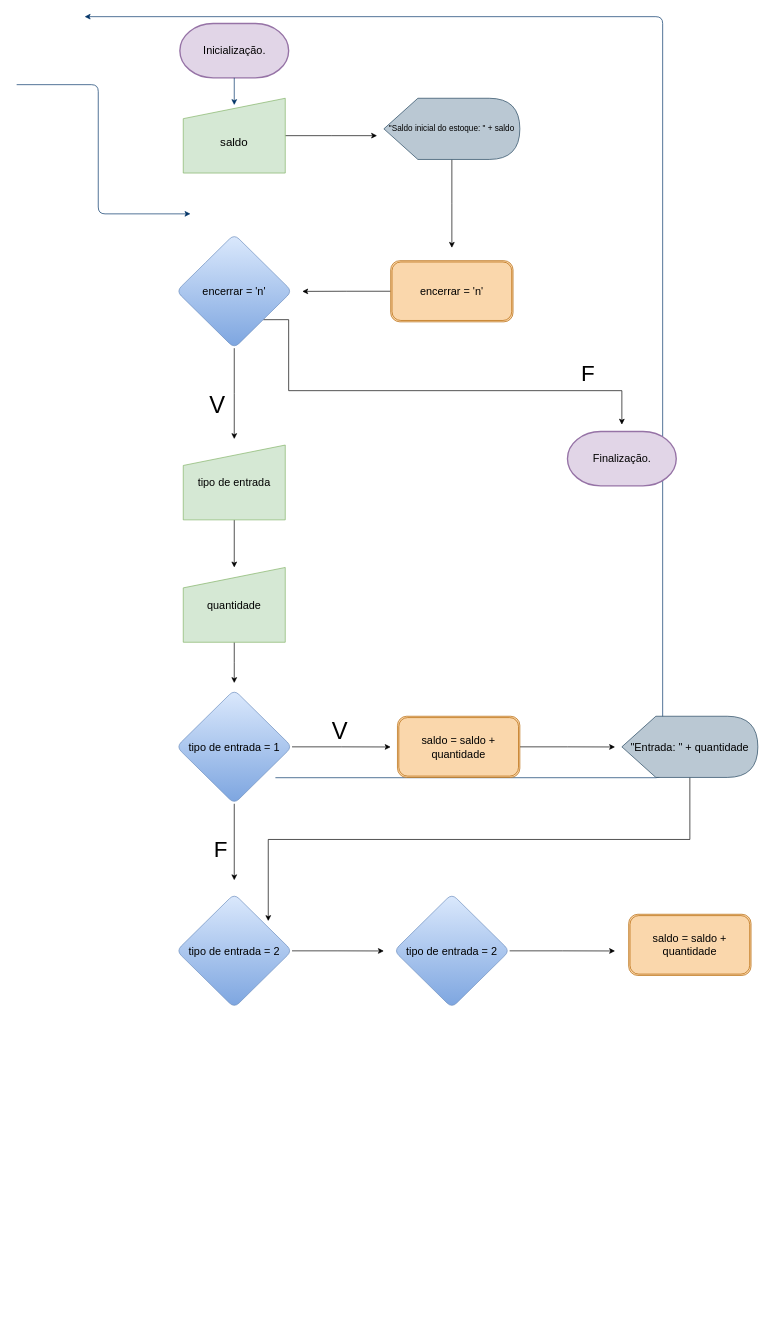
Earlier version of the draw.io diagram Untitled Diagram.drawio (petterkrupp/OnlineRepository). Source tidied: cells renumbered, new cells numbered last; positions are measured from the earlier drawing's top-left corner, leaving out a move shared by most shapes. Both pictures are drawn from the tidied source at 68%, with x=0, y=0 at pixel (16, 16).
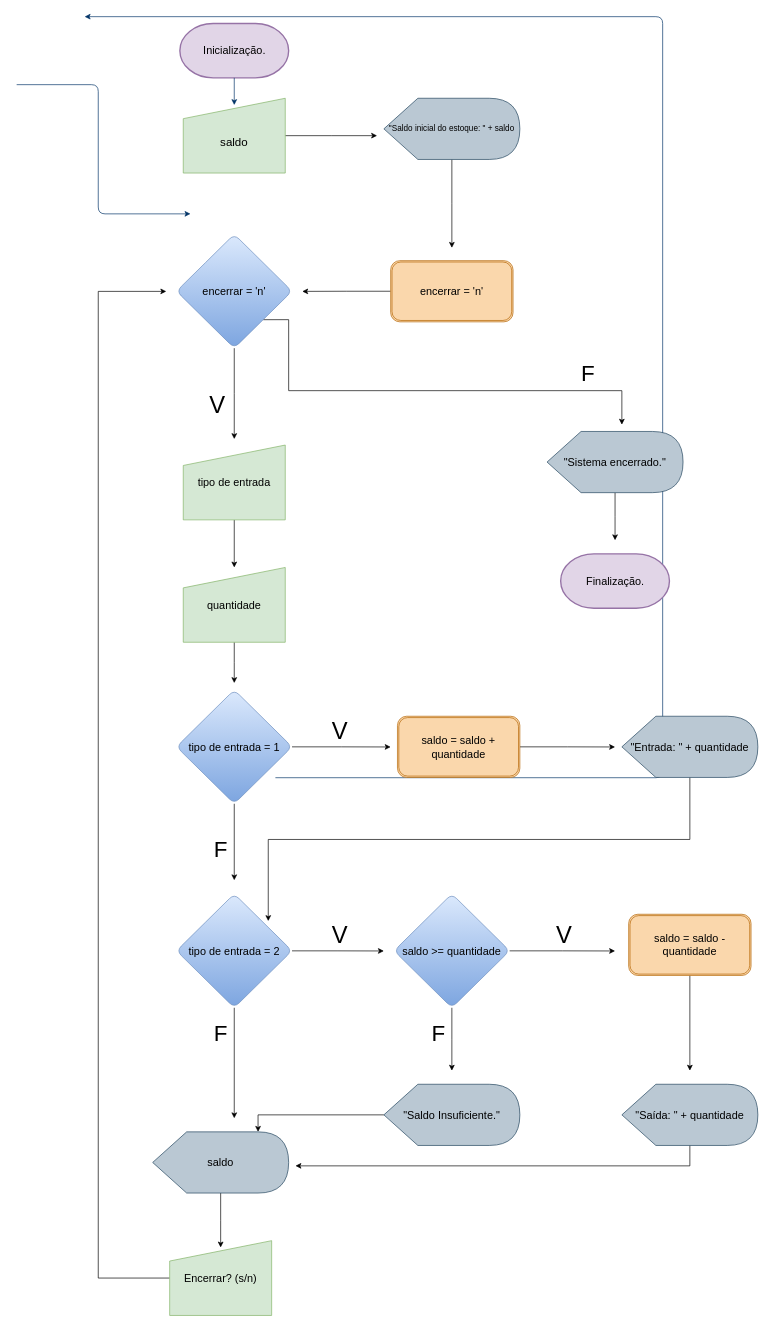
The same page after the edit.

The change refers to these unchanged cells:
```xml
<mxCell id="29" value="&lt;font style=&quot;font-size: 16px;&quot;&gt;tipo de entrada = 2&lt;/font&gt;" style="rhombus;whiteSpace=wrap;html=1;rounded=1;fillColor=#dae8fc;gradientColor=#7ea6e0;strokeColor=#6c8ebf;" parent="1" vertex="1">
  <mxGeometry x="235" y="1290" width="170" height="167.5" as="geometry" />
</mxCell>
```

The edit, as a diff of the source:
```diff
@@
+    <mxCell id="36" style="edgeStyle=orthogonalEdgeStyle;rounded=0;jettySize=auto;html=1;" parent="1" edge="1" source="29">
+      <mxGeometry relative="1" as="geometry">
+        <mxPoint x="320" y="1620" as="targetPoint" />
+      </mxGeometry>
+    </mxCell>
@@
     <mxCell id="32" value="&lt;font style=&quot;font-size: 16px;&quot;&gt;Finalização.&lt;/font&gt;" style="shape=mxgraph.flowchart.terminator;strokeWidth=2;gradientDirection=north;fontStyle=0;html=1;fillColor=#e1d5e7;strokeColor=#9673a6;" parent="1" vertex="1">
-      <mxGeometry x="810" y="610" width="160" height="80" as="geometry" />
+      <mxGeometry x="800" y="790" width="160" height="80" as="geometry" />
     </mxCell>
@@
+    <mxCell id="37" style="edgeStyle=orthogonalEdgeStyle;rounded=0;jettySize=auto;html=1;" parent="1" edge="1" source="34">
+      <mxGeometry relative="1" as="geometry">
+        <mxPoint x="640" y="1550" as="targetPoint" />
+      </mxGeometry>
+    </mxCell>
-    <mxCell id="34" value="&lt;font style=&quot;font-size: 16px;&quot;&gt;tipo de entrada = 2&lt;/font&gt;" style="rhombus;whiteSpace=wrap;html=1;rounded=1;fillColor=#dae8fc;gradientColor=#7ea6e0;strokeColor=#6c8ebf;" parent="1" vertex="1">
+    <mxCell id="34" value="&lt;font style=&quot;font-size: 16px;&quot;&gt;saldo &amp;gt;= quantidade&lt;/font&gt;" style="rhombus;whiteSpace=wrap;html=1;rounded=1;fillColor=#dae8fc;gradientColor=#7ea6e0;strokeColor=#6c8ebf;" parent="1" vertex="1">
       <mxGeometry x="555" y="1290" width="170" height="167.5" as="geometry" />
     </mxCell>
+    <mxCell id="38" style="edgeStyle=orthogonalEdgeStyle;rounded=0;jettySize=auto;html=1;" parent="1" edge="1" source="35">
+      <mxGeometry relative="1" as="geometry">
+        <mxPoint x="990" y="1550" as="targetPoint" />
+      </mxGeometry>
+    </mxCell>
-    <mxCell id="35" value="&lt;font style=&quot;font-size: 16px;&quot;&gt;saldo = saldo + quantidade&lt;br&gt;&lt;/font&gt;" style="shape=ext;double=1;rounded=1;whiteSpace=wrap;html=1;fillColor=#fad7ac;strokeColor=#b46504;" parent="1" vertex="1">
+    <mxCell id="35" value="&lt;font style=&quot;font-size: 16px;&quot;&gt;saldo = saldo - quantidade&lt;br&gt;&lt;/font&gt;" style="shape=ext;double=1;rounded=1;whiteSpace=wrap;html=1;fillColor=#fad7ac;strokeColor=#b46504;" parent="1" vertex="1">
       <mxGeometry x="900" y="1320" width="180" height="90" as="geometry" />
     </mxCell>
+    <mxCell id="39" style="edgeStyle=orthogonalEdgeStyle;rounded=0;jettySize=auto;html=1;" parent="1" edge="1" source="40">
+      <mxGeometry relative="1" as="geometry">
+        <mxPoint x="410" y="1690" as="targetPoint" />
+        <Array as="points">
+          <mxPoint x="990" y="1690" />
+        </Array>
+      </mxGeometry>
+    </mxCell>
+    <mxCell id="40" value="&lt;span style=&quot;font-size: 16px;&quot;&gt;&quot;Saída: &quot; + quantidade&lt;/span&gt;" style="shape=display;whiteSpace=wrap;html=1;fillColor=#bac8d3;strokeColor=#23445d;" parent="1" vertex="1">
+      <mxGeometry x="890" y="1570" width="200" height="90" as="geometry" />
+    </mxCell>
+    <mxCell id="41" style="edgeStyle=orthogonalEdgeStyle;rounded=0;jettySize=auto;html=1;entryX=0;entryY=0;entryDx=155;entryDy=0;entryPerimeter=0;" parent="1" edge="1" source="42" target="48">
+      <mxGeometry relative="1" as="geometry" />
+    </mxCell>
+    <mxCell id="42" value="&lt;font style=&quot;font-size: 16px;&quot;&gt;&quot;Saldo Insuficiente.&quot;&lt;/font&gt;" style="shape=display;whiteSpace=wrap;html=1;fillColor=#bac8d3;strokeColor=#23445d;" parent="1" vertex="1">
+      <mxGeometry x="540" y="1570" width="200" height="90" as="geometry" />
+    </mxCell>
+    <mxCell id="43" value="&lt;font style=&quot;font-size: 35px;&quot;&gt;V&lt;/font&gt;" style="text;html=1;align=center;verticalAlign=middle;strokeColor=none;fillColor=none;" parent="1" vertex="1">
+      <mxGeometry x="450" y="1320" width="50" height="60" as="geometry" />
+    </mxCell>
+    <mxCell id="44" value="&lt;font style=&quot;font-size: 35px;&quot;&gt;V&lt;/font&gt;" style="text;html=1;align=center;verticalAlign=middle;strokeColor=none;fillColor=none;" parent="1" vertex="1">
+      <mxGeometry x="780" y="1320" width="50" height="60" as="geometry" />
+    </mxCell>
+    <mxCell id="45" value="&lt;font style=&quot;font-size: 33px;&quot;&gt;F&lt;/font&gt;" style="text;html=1;align=center;verticalAlign=middle;strokeColor=none;fillColor=none;" parent="1" vertex="1">
+      <mxGeometry x="600" y="1470" width="40" height="50" as="geometry" />
+    </mxCell>
+    <mxCell id="46" value="&lt;font style=&quot;font-size: 33px;&quot;&gt;F&lt;/font&gt;" style="text;html=1;align=center;verticalAlign=middle;strokeColor=none;fillColor=none;" parent="1" vertex="1">
+      <mxGeometry x="280" y="1470" width="40" height="50" as="geometry" />
+    </mxCell>
+    <mxCell id="47" style="edgeStyle=orthogonalEdgeStyle;rounded=0;jettySize=auto;html=1;" parent="1" edge="1" source="48">
+      <mxGeometry relative="1" as="geometry">
+        <mxPoint x="300" y="1810" as="targetPoint" />
+      </mxGeometry>
+    </mxCell>
+    <mxCell id="48" value="&lt;font style=&quot;font-size: 16px;&quot;&gt;saldo&lt;/font&gt;" style="shape=display;whiteSpace=wrap;html=1;fillColor=#bac8d3;strokeColor=#23445d;" parent="1" vertex="1">
+      <mxGeometry x="200" y="1640" width="200" height="90" as="geometry" />
+    </mxCell>
+    <mxCell id="49" style="edgeStyle=orthogonalEdgeStyle;rounded=0;jettySize=auto;html=1;" parent="1" edge="1" source="50">
+      <mxGeometry relative="1" as="geometry">
+        <mxPoint x="220" y="404" as="targetPoint" />
+        <Array as="points">
+          <mxPoint x="120" y="1855" />
+          <mxPoint x="120" y="404" />
+        </Array>
+      </mxGeometry>
+    </mxCell>
+    <mxCell id="50" value="&lt;font style=&quot;font-size: 16px;&quot;&gt;Encerrar? (s/n)&lt;/font&gt;" style="shape=manualInput;whiteSpace=wrap;html=1;fillColor=#d5e8d4;strokeColor=#82b366;" parent="1" vertex="1">
+      <mxGeometry x="225" y="1800" width="150" height="110" as="geometry" />
+    </mxCell>
+    <mxCell id="51" style="edgeStyle=orthogonalEdgeStyle;rounded=0;jettySize=auto;html=1;" parent="1" edge="1" source="52">
+      <mxGeometry relative="1" as="geometry">
+        <mxPoint x="880" y="770" as="targetPoint" />
+      </mxGeometry>
+    </mxCell>
+    <mxCell id="52" value="&lt;span style=&quot;font-size: 16px;&quot;&gt;&quot;Sistema encerrado.&quot;&lt;/span&gt;" style="shape=display;whiteSpace=wrap;html=1;fillColor=#bac8d3;strokeColor=#23445d;" parent="1" vertex="1">
+      <mxGeometry x="780" y="610" width="200" height="90" as="geometry" />
+    </mxCell>
```
